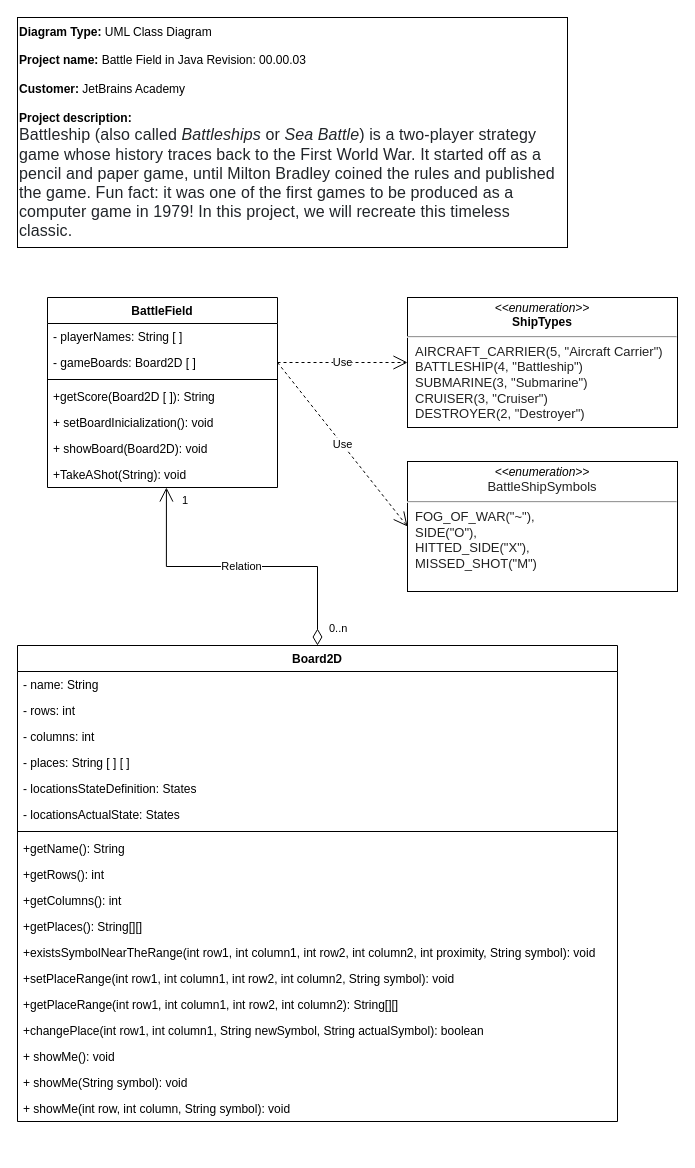
Above: UML/Battleship.drawio in AlbertoVictorRebello/JetBrainsJavaForBeginners-BattleFieldProject (draw.io), before the change. Source tidied: cells renumbered, new cells numbered last; positions are measured from the earlier drawing's top-left corner, leaving out a move shared by most shapes. Both pictures are drawn from the tidied source at 100%, with x=0, y=0 at pixel (17, 17).
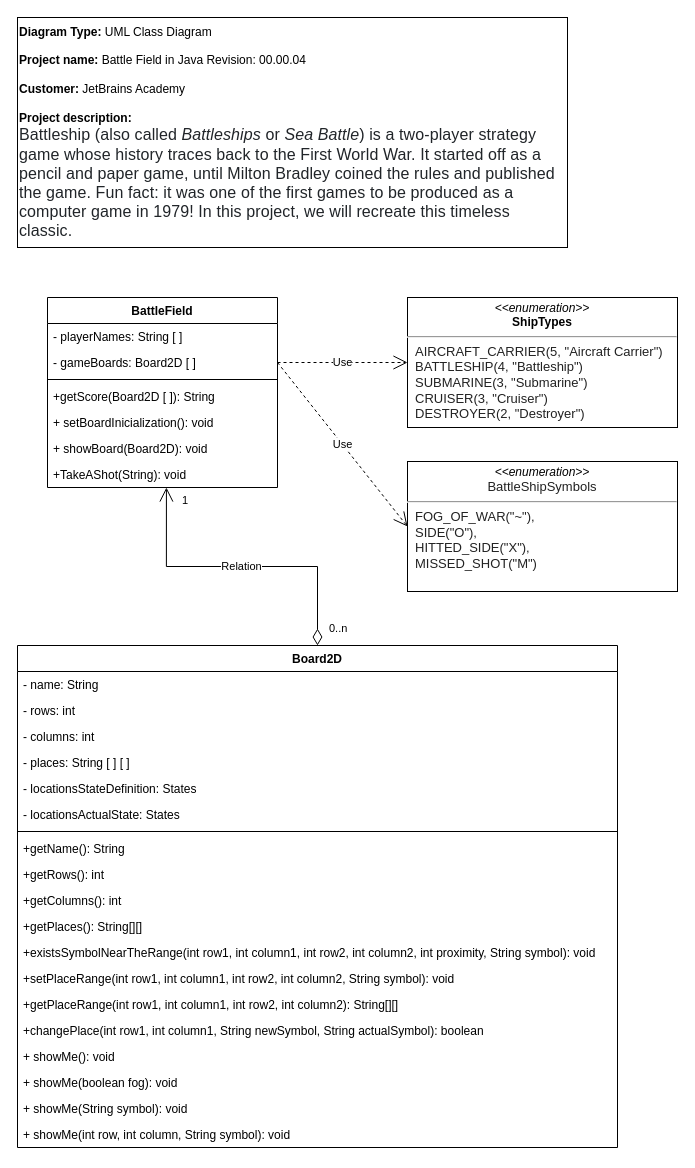
The same diagram, later.

Diff of the diagram source:
```diff
@@
-    <mxCell id="10" value="&lt;b&gt;Diagram Type:&lt;/b&gt; UML Class Diagram&lt;br&gt;&lt;b&gt;&lt;br&gt;Project name:&lt;/b&gt; Battle Field in Java Revision: 00.00.03&lt;br&gt;&lt;b&gt;&lt;br&gt;Customer:&lt;/b&gt; JetBrains Academy&lt;br&gt;&lt;b&gt;&lt;br&gt;Project description:&lt;/b&gt;&amp;nbsp;&lt;br&gt;&lt;span style=&quot;color: rgb(33 , 37 , 41) ; font-family: &amp;#34;pt root ui&amp;#34; , , &amp;#34;blinkmacsystemfont&amp;#34; , &amp;#34;segoe ui&amp;#34; , &amp;#34;roboto&amp;#34; , &amp;#34;helvetica&amp;#34; , &amp;#34;arial&amp;#34; , sans-serif , &amp;#34;apple color emoji&amp;#34; , &amp;#34;segoe ui emoji&amp;#34; , &amp;#34;segoe ui symbol&amp;#34; ; font-size: 16px ; letter-spacing: 0.1px ; background-color: rgb(255 , 255 , 255)&quot;&gt;Battleship (also called&amp;nbsp;&lt;/span&gt;&lt;em style=&quot;box-sizing: border-box ; color: rgb(33 , 37 , 41) ; font-family: &amp;#34;pt root ui&amp;#34; , , &amp;#34;blinkmacsystemfont&amp;#34; , &amp;#34;segoe ui&amp;#34; , &amp;#34;roboto&amp;#34; , &amp;#34;helvetica&amp;#34; , &amp;#34;arial&amp;#34; , sans-serif , &amp;#34;apple color emoji&amp;#34; , &amp;#34;segoe ui emoji&amp;#34; , &amp;#34;segoe ui symbol&amp;#34; ; font-size: 16px ; letter-spacing: 0.1px ; background-color: rgb(255 , 255 , 255)&quot;&gt;Battleships&lt;/em&gt;&lt;span style=&quot;color: rgb(33 , 37 , 41) ; font-family: &amp;#34;pt root ui&amp;#34; , , &amp;#34;blinkmacsystemfont&amp;#34; , &amp;#34;segoe ui&amp;#34; , &amp;#34;roboto&amp;#34; , &amp;#34;helvetica&amp;#34; , &amp;#34;arial&amp;#34; , sans-serif , &amp;#34;apple color emoji&amp;#34; , &amp;#34;segoe ui emoji&amp;#34; , &amp;#34;segoe ui symbol&amp;#34; ; font-size: 16px ; letter-spacing: 0.1px ; background-color: rgb(255 , 255 , 255)&quot;&gt;&amp;nbsp;or&amp;nbsp;&lt;/span&gt;&lt;em style=&quot;box-sizing: border-box ; color: rgb(33 , 37 , 41) ; font-family: &amp;#34;pt root ui&amp;#34; , , &amp;#34;blinkmacsystemfont&amp;#34; , &amp;#34;segoe ui&amp;#34; , &amp;#34;roboto&amp;#34; , &amp;#34;helvetica&amp;#34; , &amp;#34;arial&amp;#34; , sans-serif , &amp;#34;apple color emoji&amp;#34; , &amp;#34;segoe ui emoji&amp;#34; , &amp;#34;segoe ui symbol&amp;#34; ; font-size: 16px ; letter-spacing: 0.1px ; background-color: rgb(255 , 255 , 255)&quot;&gt;Sea Battle&lt;/em&gt;&lt;span style=&quot;color: rgb(33 , 37 , 41) ; font-family: &amp;#34;pt root ui&amp;#34; , , &amp;#34;blinkmacsystemfont&amp;#34; , &amp;#34;segoe ui&amp;#34; , &amp;#34;roboto&amp;#34; , &amp;#34;helvetica&amp;#34; , &amp;#34;arial&amp;#34; , sans-serif , &amp;#34;apple color emoji&amp;#34; , &amp;#34;segoe ui emoji&amp;#34; , &amp;#34;segoe ui symbol&amp;#34; ; font-size: 16px ; letter-spacing: 0.1px ; background-color: rgb(255 , 255 , 255)&quot;&gt;) is a two-player strategy game whose history traces back to the First World War. It started off as a pencil and paper game, until Milton Bradley coined the rules and published the game. Fun fact: it was one of the first games to be produced as a computer game in 1979! In this project, we will recreate this timeless classic.&lt;/span&gt;" style="rounded=0;whiteSpace=wrap;html=1;align=left;" parent="1" vertex="1">
+    <mxCell id="10" value="&lt;b&gt;Diagram Type:&lt;/b&gt; UML Class Diagram&lt;br&gt;&lt;b&gt;&lt;br&gt;Project name:&lt;/b&gt; Battle Field in Java Revision: 00.00.04&lt;br&gt;&lt;b&gt;&lt;br&gt;Customer:&lt;/b&gt; JetBrains Academy&lt;br&gt;&lt;b&gt;&lt;br&gt;Project description:&lt;/b&gt;&amp;nbsp;&lt;br&gt;&lt;span style=&quot;color: rgb(33 , 37 , 41) ; font-family: &amp;#34;pt root ui&amp;#34; , , &amp;#34;blinkmacsystemfont&amp;#34; , &amp;#34;segoe ui&amp;#34; , &amp;#34;roboto&amp;#34; , &amp;#34;helvetica&amp;#34; , &amp;#34;arial&amp;#34; , sans-serif , &amp;#34;apple color emoji&amp;#34; , &amp;#34;segoe ui emoji&amp;#34; , &amp;#34;segoe ui symbol&amp;#34; ; font-size: 16px ; letter-spacing: 0.1px ; background-color: rgb(255 , 255 , 255)&quot;&gt;Battleship (also called&amp;nbsp;&lt;/span&gt;&lt;em style=&quot;box-sizing: border-box ; color: rgb(33 , 37 , 41) ; font-family: &amp;#34;pt root ui&amp;#34; , , &amp;#34;blinkmacsystemfont&amp;#34; , &amp;#34;segoe ui&amp;#34; , &amp;#34;roboto&amp;#34; , &amp;#34;helvetica&amp;#34; , &amp;#34;arial&amp;#34; , sans-serif , &amp;#34;apple color emoji&amp;#34; , &amp;#34;segoe ui emoji&amp;#34; , &amp;#34;segoe ui symbol&amp;#34; ; font-size: 16px ; letter-spacing: 0.1px ; background-color: rgb(255 , 255 , 255)&quot;&gt;Battleships&lt;/em&gt;&lt;span style=&quot;color: rgb(33 , 37 , 41) ; font-family: &amp;#34;pt root ui&amp;#34; , , &amp;#34;blinkmacsystemfont&amp;#34; , &amp;#34;segoe ui&amp;#34; , &amp;#34;roboto&amp;#34; , &amp;#34;helvetica&amp;#34; , &amp;#34;arial&amp;#34; , sans-serif , &amp;#34;apple color emoji&amp;#34; , &amp;#34;segoe ui emoji&amp;#34; , &amp;#34;segoe ui symbol&amp;#34; ; font-size: 16px ; letter-spacing: 0.1px ; background-color: rgb(255 , 255 , 255)&quot;&gt;&amp;nbsp;or&amp;nbsp;&lt;/span&gt;&lt;em style=&quot;box-sizing: border-box ; color: rgb(33 , 37 , 41) ; font-family: &amp;#34;pt root ui&amp;#34; , , &amp;#34;blinkmacsystemfont&amp;#34; , &amp;#34;segoe ui&amp;#34; , &amp;#34;roboto&amp;#34; , &amp;#34;helvetica&amp;#34; , &amp;#34;arial&amp;#34; , sans-serif , &amp;#34;apple color emoji&amp;#34; , &amp;#34;segoe ui emoji&amp;#34; , &amp;#34;segoe ui symbol&amp;#34; ; font-size: 16px ; letter-spacing: 0.1px ; background-color: rgb(255 , 255 , 255)&quot;&gt;Sea Battle&lt;/em&gt;&lt;span style=&quot;color: rgb(33 , 37 , 41) ; font-family: &amp;#34;pt root ui&amp;#34; , , &amp;#34;blinkmacsystemfont&amp;#34; , &amp;#34;segoe ui&amp;#34; , &amp;#34;roboto&amp;#34; , &amp;#34;helvetica&amp;#34; , &amp;#34;arial&amp;#34; , sans-serif , &amp;#34;apple color emoji&amp;#34; , &amp;#34;segoe ui emoji&amp;#34; , &amp;#34;segoe ui symbol&amp;#34; ; font-size: 16px ; letter-spacing: 0.1px ; background-color: rgb(255 , 255 , 255)&quot;&gt;) is a two-player strategy game whose history traces back to the First World War. It started off as a pencil and paper game, until Milton Bradley coined the rules and published the game. Fun fact: it was one of the first games to be produced as a computer game in 1979! In this project, we will recreate this timeless classic.&lt;/span&gt;" style="rounded=0;whiteSpace=wrap;html=1;align=left;" parent="1" vertex="1">
       <mxGeometry width="550" height="230" as="geometry" />
     </mxCell>
     <mxCell id="11" value="Board2D" style="swimlane;fontStyle=1;align=center;verticalAlign=top;horizontal=1;startSize=26;" parent="1" vertex="1">
-      <mxGeometry y="628" width="600" height="476" as="geometry" />
+      <mxGeometry y="628" width="600" height="502" as="geometry" />
     </mxCell>
@@
+    <mxCell id="37" value="+ showMe(boolean fog): void" style="text;strokeColor=none;fillColor=none;align=left;verticalAlign=top;spacingLeft=4;spacingRight=4;overflow=hidden;" parent="11" vertex="1">
+      <mxGeometry y="424" width="600" height="26" as="geometry" />
+    </mxCell>
     <mxCell id="28" value="+ showMe(String symbol): void" style="text;strokeColor=none;fillColor=none;align=left;verticalAlign=top;spacingLeft=4;spacingRight=4;overflow=hidden;" parent="11" vertex="1">
-      <mxGeometry y="424" width="600" height="26" as="geometry" />
+      <mxGeometry y="450" width="600" height="26" as="geometry" />
     </mxCell>
     <mxCell id="29" value="+ showMe(int row, int column, String symbol): void" style="text;strokeColor=none;fillColor=none;align=left;verticalAlign=top;spacingLeft=4;spacingRight=4;overflow=hidden;" parent="11" vertex="1">
-      <mxGeometry y="450" width="600" height="26" as="geometry" />
+      <mxGeometry y="476" width="600" height="26" as="geometry" />
     </mxCell>
```
